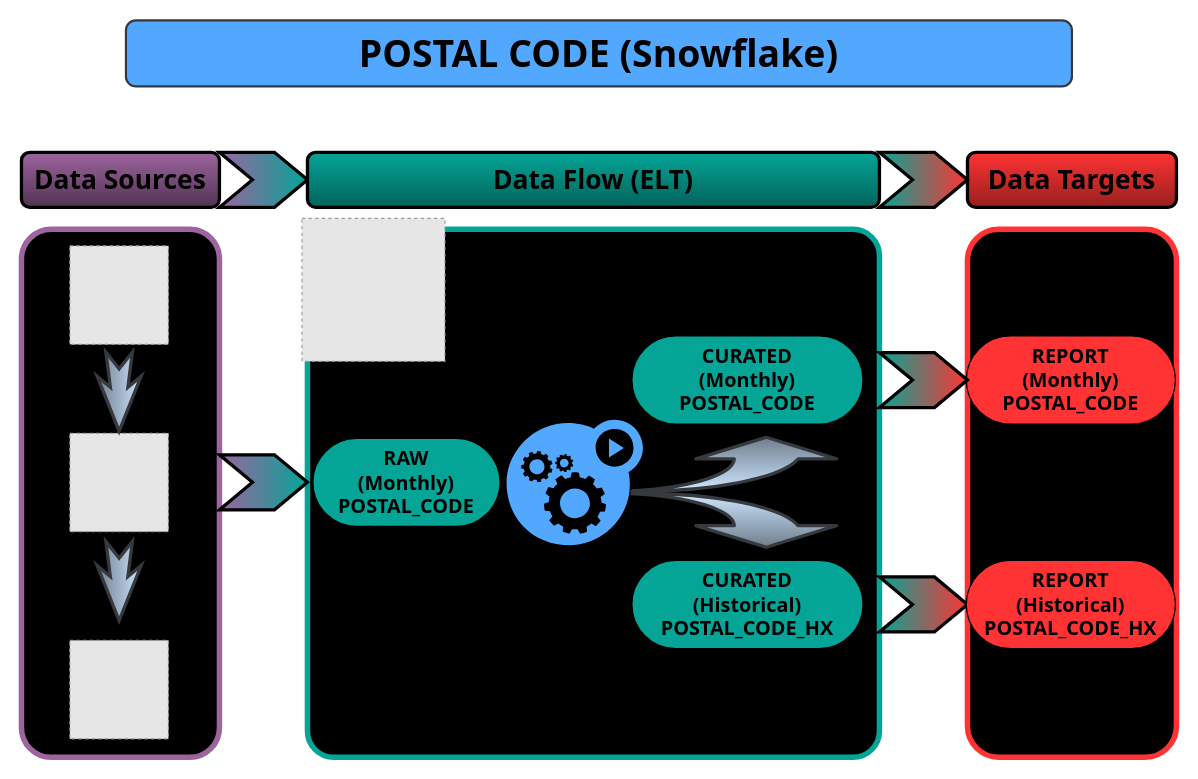
artiewangGH/POSTAL_CODE keeps this draw.io diagram as POSTAL_CODE_Snowflake.drawio. Above is the earlier version. Source tidied: cells renumbered, new cells numbered last; positions are measured from the earlier drawing's top-left corner, leaving out a move shared by most shapes. Both pictures are drawn from the tidied source at 110%, with x=0, y=0 at pixel (21, 20). Pictures stored in the file or linked from it are replaced by grey dashed boxes.
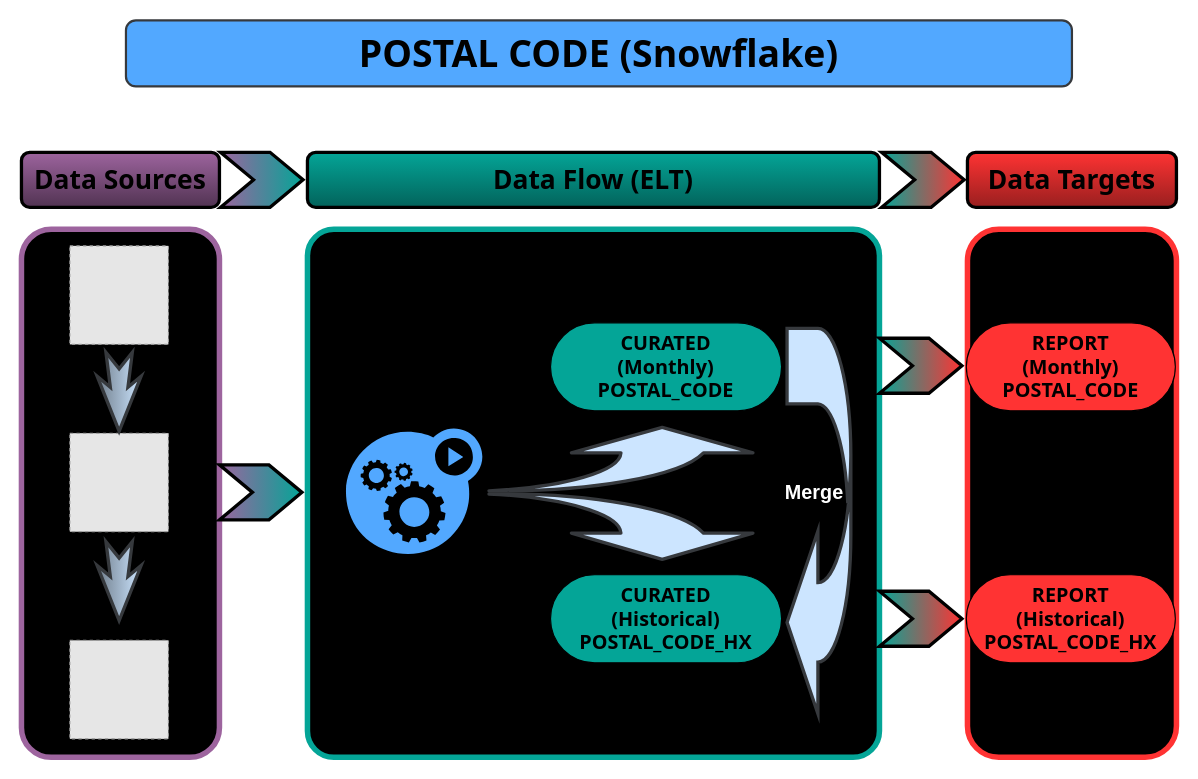
After the change.

What changed in the source:
```diff
@@
-    <mxCell id="2" value="&lt;font face=&quot;Tahoma&quot; size=&quot;1&quot; style=&quot;&quot;&gt;&lt;b style=&quot;font-size: 34px;&quot;&gt;POSTAL CODE (Snowflake)&lt;/b&gt;&lt;/font&gt;" style="rounded=1;whiteSpace=wrap;html=1;fillColor=#52A8FF;strokeColor=#36393d;strokeWidth=2;flipH=1;flipV=1;" parent="1" vertex="1">
+    <mxCell id="2" value="&lt;font face=&quot;Tahoma&quot; size=&quot;1&quot; style=&quot;&quot;&gt;&lt;b style=&quot;font-size: 34px;&quot;&gt;POSTAL CODE&amp;nbsp;&lt;/b&gt;&lt;/font&gt;&lt;b style=&quot;border-color: var(--border-color); font-family: Tahoma; font-size: 34px;&quot;&gt;(Snowflake)&lt;/b&gt;" style="rounded=1;whiteSpace=wrap;html=1;fillColor=#52A8FF;strokeColor=#36393d;strokeWidth=2;flipH=1;flipV=1;" parent="1" vertex="1">
       <mxGeometry x="95" width="860" height="60" as="geometry" />
     </mxCell>
@@
-    <mxCell id="6" style="group;" parent="1" vertex="1">
-      <mxGeometry x="44" y="205" width="89.6" height="448.2" as="geometry" />
-    </mxCell>
+    <mxCell id="14" value="&lt;font style=&quot;font-size: 18px;&quot; face=&quot;Tahoma&quot;&gt;&lt;b style=&quot;&quot;&gt;CURATED&lt;br&gt;&lt;/b&gt;&lt;/font&gt;&lt;b style=&quot;border-color: var(--border-color); font-family: Tahoma; font-size: 18px;&quot;&gt;(Historical)&lt;/b&gt;&lt;font style=&quot;font-size: 18px;&quot; face=&quot;Tahoma&quot;&gt;&lt;b style=&quot;&quot;&gt;&lt;br&gt;POSTAL_CODE_HX&lt;br&gt;&lt;/b&gt;&lt;/font&gt;" style="html=1;dashed=0;whiteSpace=wrap;shape=mxgraph.dfd.start;fillColor=#04A597;" parent="1" vertex="1">
+      <mxGeometry x="481" y="504" width="210" height="80" as="geometry" />
+    </mxCell>
+    <mxCell id="15" value="&lt;font style=&quot;font-size: 24px;&quot;&gt;Data Sources&lt;/font&gt;" style="rounded=1;whiteSpace=wrap;html=1;fontSize=17;fontStyle=1;fillColor=#9D649E;strokeColor=#000000;strokeWidth=3;fontFamily=Tahoma;gradientColor=#513352;" parent="1" vertex="1">
+      <mxGeometry y="120" width="180" height="50" as="geometry" />
+    </mxCell>
+    <mxCell id="16" value="&lt;font face=&quot;Tahoma&quot; style=&quot;font-size: 24px;&quot;&gt;Data Targets&lt;/font&gt;" style="rounded=1;whiteSpace=wrap;html=1;fontSize=17;fontStyle=1;strokeWidth=3;fillColor=#FF3333;strokeColor=#000000;gradientColor=#991F1F;" parent="1" vertex="1">
+      <mxGeometry x="860" y="120" width="190" height="50" as="geometry" />
+    </mxCell>
+    <mxCell id="18" value="&lt;font style=&quot;font-size: 24px;&quot;&gt;Data Flow (ELT)&lt;/font&gt;" style="rounded=1;whiteSpace=wrap;html=1;fontSize=17;fontStyle=1;strokeWidth=3;fontFamily=Tahoma;fillColor=#04A597;strokeColor=#000000;fontColor=#000000;gradientColor=#02635B;" parent="1" vertex="1">
+      <mxGeometry x="260" y="120" width="520" height="50" as="geometry" />
+    </mxCell>
+    <mxCell id="19" style="html=1;shadow=0;dashed=0;align=center;verticalAlign=middle;shape=mxgraph.arrows2.arrow;dy=0;dx=30;notch=30;fillColor=#FF3333;strokeColor=#000000;strokeWidth=3;gradientColor=#04A597;gradientDirection=west;" parent="1" vertex="1">
+      <mxGeometry x="782" y="120" width="75" height="50" as="geometry" />
+    </mxCell>
+    <mxCell id="21" value="&lt;font style=&quot;font-size: 18px;&quot; face=&quot;Tahoma&quot;&gt;&lt;b style=&quot;&quot;&gt;REPORT&lt;br&gt;(Monthly)&lt;br&gt;POSTAL_CODE&lt;/b&gt;&lt;/font&gt;" style="html=1;dashed=0;whiteSpace=wrap;shape=mxgraph.dfd.start;fillColor=#FF3333;" parent="1" vertex="1">
+      <mxGeometry x="859" y="275" width="190" height="80" as="geometry" />
+    </mxCell>
+    <mxCell id="22" value="&lt;b style=&quot;border-color: var(--border-color); font-family: Tahoma; font-size: 18px;&quot;&gt;REPORT&lt;/b&gt;&lt;font style=&quot;font-size: 18px;&quot; face=&quot;Tahoma&quot;&gt;&lt;b style=&quot;&quot;&gt;&lt;br&gt;(Historical)&lt;br&gt;POSTAL_CODE_HX&lt;/b&gt;&lt;/font&gt;" style="html=1;dashed=0;whiteSpace=wrap;shape=mxgraph.dfd.start;fillColor=#FF3333;" parent="1" vertex="1">
+      <mxGeometry x="859" y="504" width="190" height="80" as="geometry" />
+    </mxCell>
+    <mxCell id="25" value="&lt;font style=&quot;font-size: 18px;&quot; face=&quot;Tahoma&quot;&gt;&lt;b style=&quot;&quot;&gt;CURATED&lt;br&gt;&lt;/b&gt;&lt;/font&gt;&lt;b style=&quot;border-color: var(--border-color); font-family: Tahoma; font-size: 18px;&quot;&gt;(Monthly)&lt;/b&gt;&lt;font style=&quot;font-size: 18px;&quot; face=&quot;Tahoma&quot;&gt;&lt;b style=&quot;&quot;&gt;&lt;br&gt;POSTAL_CODE&lt;/b&gt;&lt;/font&gt;" style="html=1;dashed=0;whiteSpace=wrap;shape=mxgraph.dfd.start;fillColor=#04A597;" parent="1" vertex="1">
+      <mxGeometry x="481" y="275" width="210" height="80" as="geometry" />
+    </mxCell>
+    <mxCell id="26" style="sketch=0;html=1;strokeColor=none;shadow=0;fillColor=#52A8FF;verticalAlign=top;labelPosition=center;verticalLabelPosition=bottom;shape=mxgraph.gcp2.gear_load;flipH=0;" parent="1" vertex="1">
+      <mxGeometry x="295" y="371" width="124" height="114.1" as="geometry" />
+    </mxCell>
+    <mxCell id="27" style="shape=mxgraph.arrows.jump-in_arrow_2;html=1;verticalLabelPosition=bottom;verticalAlign=middle;strokeWidth=3;strokeColor=#36393d;fillColor=#cce5ff;shadow=0;dashed=0;gradientColor=none;direction=west;" parent="1" vertex="1">
+      <mxGeometry x="425" y="370" width="240" height="59.1" as="geometry" />
+    </mxCell>
-    <mxCell id="7" style="fillColor=#E6E6E6;strokeColor=#999999;dashed=1;html=1;verticalAlign=top;verticalLabelPosition=bottom;labelBackgroundColor=#ffffff;" parent="6" vertex="1">
-      <mxGeometry width="89.6" height="89.6" as="geometry" />
+    <mxCell id="7" style="fillColor=#E6E6E6;strokeColor=#999999;dashed=1;html=1;verticalAlign=top;verticalLabelPosition=bottom;labelBackgroundColor=#ffffff;" parent="1" vertex="1">
+      <mxGeometry x="44" y="205" width="89.6" height="89.6" as="geometry" />
     </mxCell>
-    <mxCell id="8" style="fillColor=#E6E6E6;strokeColor=#999999;dashed=1;html=1;verticalAlign=top;verticalLabelPosition=bottom;labelBackgroundColor=#ffffff;" parent="6" vertex="1">
-      <mxGeometry y="170.3" width="89.6" height="89.6" as="geometry" />
+    <mxCell id="8" style="fillColor=#E6E6E6;strokeColor=#999999;dashed=1;html=1;verticalAlign=top;verticalLabelPosition=bottom;labelBackgroundColor=#ffffff;" parent="1" vertex="1">
+      <mxGeometry x="44" y="375.3" width="89.6" height="89.6" as="geometry" />
     </mxCell>
-    <mxCell id="9" style="fillColor=#E6E6E6;strokeColor=#999999;dashed=1;html=1;verticalAlign=top;verticalLabelPosition=bottom;labelBackgroundColor=#ffffff;" parent="6" vertex="1">
-      <mxGeometry y="358.6" width="89.6" height="89.6" as="geometry" />
+    <mxCell id="9" style="fillColor=#E6E6E6;strokeColor=#999999;dashed=1;html=1;verticalAlign=top;verticalLabelPosition=bottom;labelBackgroundColor=#ffffff;" parent="1" vertex="1">
+      <mxGeometry x="44" y="563.6" width="89.6" height="89.6" as="geometry" />
     </mxCell>
-    <mxCell id="10" style="html=1;shadow=0;dashed=0;align=center;verticalAlign=middle;shape=mxgraph.arrows2.stylisedArrow;dy=0.6;dx=40;notch=15;feather=0.4;direction=south;fillColor=#cce5ff;gradientColor=#707E8C;strokeColor=#36393d;strokeWidth=3;" parent="6" vertex="1">
-      <mxGeometry x="24.8" y="96.8" width="40" height="71.7" as="geometry" />
+    <mxCell id="10" style="html=1;shadow=0;dashed=0;align=center;verticalAlign=middle;shape=mxgraph.arrows2.stylisedArrow;dy=0.6;dx=40;notch=15;feather=0.4;direction=south;fillColor=#cce5ff;gradientColor=#707E8C;strokeColor=#36393d;strokeWidth=3;" parent="1" vertex="1">
+      <mxGeometry x="68.8" y="301.8" width="40" height="71.7" as="geometry" />
     </mxCell>
-    <mxCell id="11" style="html=1;shadow=0;dashed=0;align=center;verticalAlign=middle;shape=mxgraph.arrows2.stylisedArrow;dy=0.6;dx=40;notch=15;feather=0.4;direction=south;fillColor=#cce5ff;gradientColor=#707E8C;strokeColor=#36393d;strokeWidth=3;" parent="6" vertex="1">
-      <mxGeometry x="24.8" y="268.9" width="40" height="71.7" as="geometry" />
+    <mxCell id="11" style="html=1;shadow=0;dashed=0;align=center;verticalAlign=middle;shape=mxgraph.arrows2.stylisedArrow;dy=0.6;dx=40;notch=15;feather=0.4;direction=south;fillColor=#cce5ff;gradientColor=#707E8C;strokeColor=#36393d;strokeWidth=3;" parent="1" vertex="1">
+      <mxGeometry x="68.8" y="473.9" width="40" height="71.7" as="geometry" />
     </mxCell>
-    <mxCell id="12" style="html=1;shadow=0;dashed=0;align=center;verticalAlign=middle;shape=mxgraph.arrows2.arrow;dy=0;dx=30;notch=30;fillColor=#9D649E;strokeColor=#000000;strokeWidth=3;gradientColor=#04A597;gradientDirection=east;" parent="1" vertex="1">
-      <mxGeometry x="180" y="395" width="80" height="50" as="geometry" />
-    </mxCell>
-    <mxCell id="13" style="html=1;shadow=0;dashed=0;align=center;verticalAlign=middle;shape=mxgraph.arrows2.arrow;dy=0;dx=30;notch=30;fillColor=#FF3333;strokeColor=#000000;strokeWidth=3;gradientColor=#04A597;gradientDirection=west;" parent="1" vertex="1">
-      <mxGeometry x="780" y="506" width="80" height="50" as="geometry" />
-    </mxCell>
-    <mxCell id="14" value="&lt;font style=&quot;font-size: 18px;&quot; face=&quot;Tahoma&quot;&gt;&lt;b style=&quot;&quot;&gt;CURATED&lt;br&gt;&lt;/b&gt;&lt;/font&gt;&lt;b style=&quot;border-color: var(--border-color); font-family: Tahoma; font-size: 18px;&quot;&gt;(Historical)&lt;/b&gt;&lt;font style=&quot;font-size: 18px;&quot; face=&quot;Tahoma&quot;&gt;&lt;b style=&quot;&quot;&gt;&lt;br&gt;POSTAL_CODE_HX&lt;br&gt;&lt;/b&gt;&lt;/font&gt;" style="html=1;dashed=0;whiteSpace=wrap;shape=mxgraph.dfd.start;fillColor=#04A597;" parent="1" vertex="1">
-      <mxGeometry x="555" y="491" width="210" height="80" as="geometry" />
-    </mxCell>
-    <mxCell id="15" value="&lt;font style=&quot;font-size: 24px;&quot;&gt;Data Sources&lt;/font&gt;" style="rounded=1;whiteSpace=wrap;html=1;fontSize=17;fontStyle=1;fillColor=#9D649E;strokeColor=#000000;strokeWidth=3;fontFamily=Tahoma;gradientColor=#513352;" parent="1" vertex="1">
-      <mxGeometry y="120" width="180" height="50" as="geometry" />
-    </mxCell>
-    <mxCell id="16" value="&lt;font face=&quot;Tahoma&quot; style=&quot;font-size: 24px;&quot;&gt;Data Targets&lt;/font&gt;" style="rounded=1;whiteSpace=wrap;html=1;fontSize=17;fontStyle=1;strokeWidth=3;fillColor=#FF3333;strokeColor=#000000;gradientColor=#991F1F;" parent="1" vertex="1">
-      <mxGeometry x="860" y="120" width="190" height="50" as="geometry" />
-    </mxCell>
-    <mxCell id="17" style="html=1;shadow=0;dashed=0;align=center;verticalAlign=middle;shape=mxgraph.arrows2.arrow;dy=0;dx=30;notch=30;fillColor=#9D649E;strokeColor=#000000;strokeWidth=3;gradientColor=#04A597;gradientDirection=east;" parent="1" vertex="1">
-      <mxGeometry x="180" y="120" width="80" height="50" as="geometry" />
-    </mxCell>
-    <mxCell id="18" value="&lt;font style=&quot;font-size: 24px;&quot;&gt;Data Flow (ELT)&lt;/font&gt;" style="rounded=1;whiteSpace=wrap;html=1;fontSize=17;fontStyle=1;strokeWidth=3;fontFamily=Tahoma;fillColor=#04A597;strokeColor=#000000;fontColor=#000000;gradientColor=#02635B;" parent="1" vertex="1">
-      <mxGeometry x="260" y="120" width="520" height="50" as="geometry" />
-    </mxCell>
-    <mxCell id="19" style="html=1;shadow=0;dashed=0;align=center;verticalAlign=middle;shape=mxgraph.arrows2.arrow;dy=0;dx=30;notch=30;fillColor=#FF3333;strokeColor=#000000;strokeWidth=3;gradientColor=#04A597;gradientDirection=west;" parent="1" vertex="1">
-      <mxGeometry x="780" y="120" width="80" height="50" as="geometry" />
-    </mxCell>
-    <mxCell id="20" style="fillColor=#E6E6E6;strokeColor=#999999;dashed=1;verticalLabelPosition=bottom;verticalAlign=top;" parent="1" vertex="1">
-      <mxGeometry x="255" y="180" width="130" height="130" as="geometry" />
-    </mxCell>
-    <mxCell id="21" value="&lt;font style=&quot;font-size: 18px;&quot; face=&quot;Tahoma&quot;&gt;&lt;b style=&quot;&quot;&gt;REPORT&lt;br&gt;(Monthly)&lt;br&gt;POSTAL_CODE&lt;/b&gt;&lt;/font&gt;" style="html=1;dashed=0;whiteSpace=wrap;shape=mxgraph.dfd.start;fillColor=#FF3333;" parent="1" vertex="1">
-      <mxGeometry x="859" y="287" width="190" height="80" as="geometry" />
-    </mxCell>
-    <mxCell id="22" value="&lt;b style=&quot;border-color: var(--border-color); font-family: Tahoma; font-size: 18px;&quot;&gt;REPORT&lt;/b&gt;&lt;font style=&quot;font-size: 18px;&quot; face=&quot;Tahoma&quot;&gt;&lt;b style=&quot;&quot;&gt;&lt;br&gt;(Historical)&lt;br&gt;POSTAL_CODE_HX&lt;/b&gt;&lt;/font&gt;" style="html=1;dashed=0;whiteSpace=wrap;shape=mxgraph.dfd.start;fillColor=#FF3333;" parent="1" vertex="1">
-      <mxGeometry x="859" y="491" width="190" height="80" as="geometry" />
-    </mxCell>
-    <mxCell id="23" value="&lt;font style=&quot;font-size: 18px;&quot; face=&quot;Tahoma&quot;&gt;&lt;b style=&quot;&quot;&gt;RAW&lt;br&gt;&lt;/b&gt;&lt;/font&gt;&lt;b style=&quot;border-color: var(--border-color); font-family: Tahoma; font-size: 18px;&quot;&gt;(Monthly)&lt;/b&gt;&lt;font style=&quot;font-size: 18px;&quot; face=&quot;Tahoma&quot;&gt;&lt;b style=&quot;&quot;&gt;&lt;br&gt;POSTAL_CODE&lt;/b&gt;&lt;/font&gt;" style="html=1;dashed=0;whiteSpace=wrap;shape=mxgraph.dfd.start;fillColor=#04A597;" parent="1" vertex="1">
-      <mxGeometry x="265" y="380" width="170" height="80" as="geometry" />
-    </mxCell>
-    <mxCell id="24" style="html=1;shadow=0;dashed=0;align=center;verticalAlign=middle;shape=mxgraph.arrows2.arrow;dy=0;dx=30;notch=30;fillColor=#FF3333;strokeColor=#000000;strokeWidth=3;gradientColor=#04A597;gradientDirection=west;" parent="1" vertex="1">
-      <mxGeometry x="780" y="302" width="80" height="50" as="geometry" />
-    </mxCell>
-    <mxCell id="25" value="&lt;font style=&quot;font-size: 18px;&quot; face=&quot;Tahoma&quot;&gt;&lt;b style=&quot;&quot;&gt;CURATED&lt;br&gt;&lt;/b&gt;&lt;/font&gt;&lt;b style=&quot;border-color: var(--border-color); font-family: Tahoma; font-size: 18px;&quot;&gt;(Monthly)&lt;/b&gt;&lt;font style=&quot;font-size: 18px;&quot; face=&quot;Tahoma&quot;&gt;&lt;b style=&quot;&quot;&gt;&lt;br&gt;POSTAL_CODE&lt;/b&gt;&lt;/font&gt;" style="html=1;dashed=0;whiteSpace=wrap;shape=mxgraph.dfd.start;fillColor=#04A597;" parent="1" vertex="1">
-      <mxGeometry x="555" y="287" width="210" height="80" as="geometry" />
-    </mxCell>
-    <mxCell id="26" style="sketch=0;html=1;strokeColor=none;shadow=0;fillColor=#52A8FF;verticalAlign=top;labelPosition=center;verticalLabelPosition=bottom;shape=mxgraph.gcp2.gear_load;" parent="1" vertex="1">
-      <mxGeometry x="441" y="363" width="124" height="114.1" as="geometry" />
-    </mxCell>
-    <mxCell id="27" style="shape=mxgraph.arrows.jump-in_arrow_2;html=1;verticalLabelPosition=bottom;verticalAlign=middle;strokeWidth=3;strokeColor=#36393d;fillColor=#cce5ff;shadow=0;dashed=0;gradientColor=#707E8C;direction=west;" parent="1" vertex="1">
-      <mxGeometry x="555" y="379" width="186" height="50" as="geometry" />
-    </mxCell>
-    <mxCell id="28" style="shape=mxgraph.arrows.jump-in_arrow_2;html=1;verticalLabelPosition=bottom;verticalAlign=middle;strokeWidth=3;strokeColor=#36393d;fillColor=#cce5ff;shadow=0;dashed=0;gradientColor=#707E8C;direction=east;flipH=1;" parent="1" vertex="1">
-      <mxGeometry x="555" y="429" width="186" height="50" as="geometry" />
-    </mxCell>
+    <mxCell id="29" style="shape=mxgraph.arrows.u_turn_left_arrow;html=1;verticalLabelPosition=bottom;verticalAlign=middle;strokeWidth=3;strokeColor=#36393d;fillColor=#cce5ff;shadow=0;dashed=0;gradientColor=none;" parent="1" vertex="1">
+      <mxGeometry x="696" y="280" width="58" height="350.4" as="geometry" />
+    </mxCell>
+    <mxCell id="30" style="shape=mxgraph.arrows.jump-in_arrow_2;html=1;verticalLabelPosition=bottom;verticalAlign=middle;strokeWidth=3;strokeColor=#36393d;fillColor=#cce5ff;shadow=0;dashed=0;gradientColor=none;direction=west;flipH=0;flipV=1;" parent="1" vertex="1">
+      <mxGeometry x="425" y="429.1" width="240" height="60.9" as="geometry" />
+    </mxCell>
+    <mxCell id="31" value="&lt;b&gt;Merge&lt;/b&gt;" style="text;strokeColor=none;align=center;fillColor=none;html=1;verticalAlign=middle;whiteSpace=wrap;rounded=0;fontColor=#FFFFFF;fontSize=18;textDirection=ltr;rotation=0;" parent="1" vertex="1">
+      <mxGeometry x="681" y="410" width="80" height="40" as="geometry" />
+    </mxCell>
+    <mxCell id="32" style="html=1;shadow=0;dashed=0;align=center;verticalAlign=middle;shape=mxgraph.arrows2.arrow;dy=0;dx=30;notch=30;fillColor=#9D649E;strokeColor=#000000;strokeWidth=3;gradientColor=#04A597;gradientDirection=east;" parent="1" vertex="1">
+      <mxGeometry x="181" y="120" width="75" height="50" as="geometry" />
+    </mxCell>
+    <mxCell id="33" style="html=1;shadow=0;dashed=0;align=center;verticalAlign=middle;shape=mxgraph.arrows2.arrow;dy=0;dx=30;notch=30;fillColor=#9D649E;strokeColor=#000000;strokeWidth=3;gradientColor=#04A597;gradientDirection=east;" parent="1" vertex="1">
+      <mxGeometry x="180" y="404.1" width="75" height="50" as="geometry" />
+    </mxCell>
+    <mxCell id="34" style="html=1;shadow=0;dashed=0;align=center;verticalAlign=middle;shape=mxgraph.arrows2.arrow;dy=0;dx=30;notch=30;fillColor=#FF3333;strokeColor=#000000;strokeWidth=3;gradientColor=#04A597;gradientDirection=west;" parent="1" vertex="1">
+      <mxGeometry x="780" y="519" width="75" height="50" as="geometry" />
+    </mxCell>
+    <mxCell id="35" style="html=1;shadow=0;dashed=0;align=center;verticalAlign=middle;shape=mxgraph.arrows2.arrow;dy=0;dx=30;notch=30;fillColor=#FF3333;strokeColor=#000000;strokeWidth=3;gradientColor=#04A597;gradientDirection=west;" parent="1" vertex="1">
+      <mxGeometry x="780" y="289" width="75" height="50" as="geometry" />
+    </mxCell>
```
